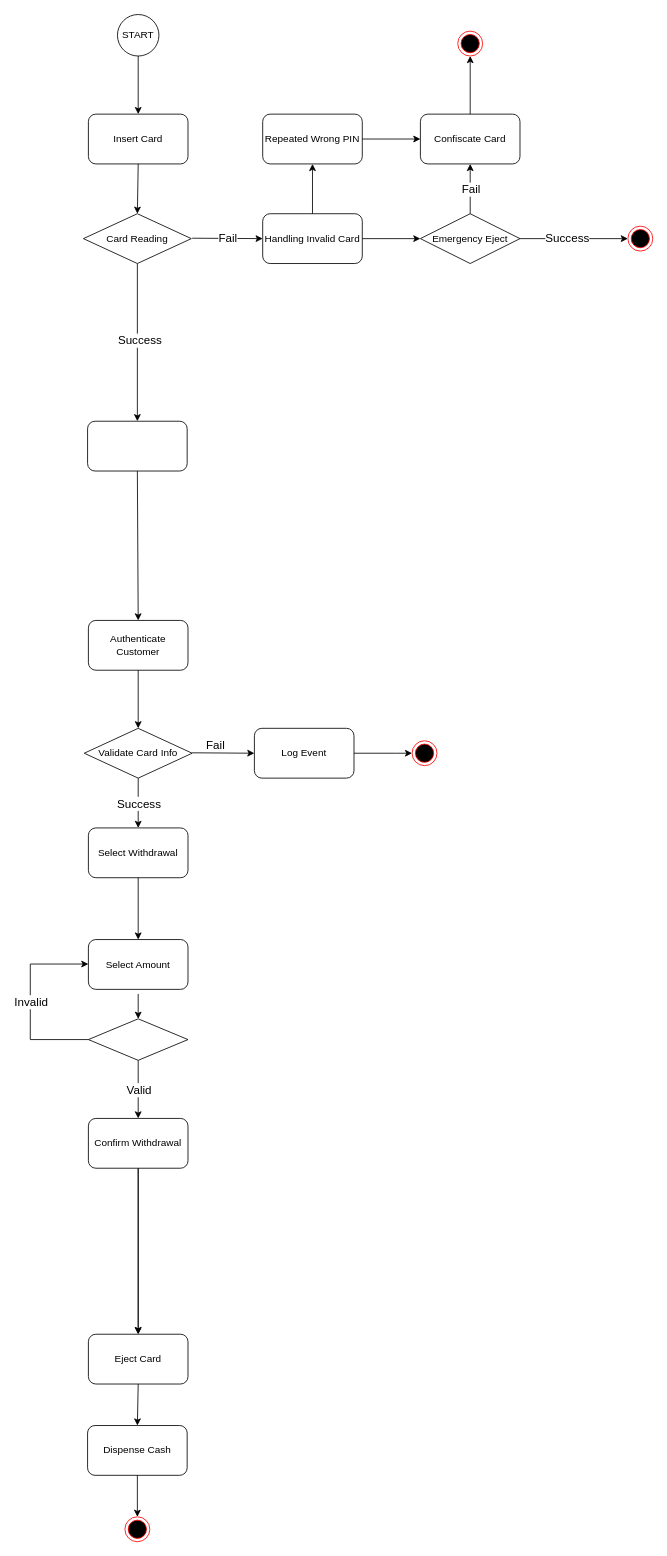
Before: atmdio.drawio in VMAkos/smartninja, a draw.io diagram. Source tidied: cells renumbered, new cells numbered last; positions are measured from the earlier drawing's top-left corner, leaving out a move shared by most shapes. Both pictures are drawn from the tidied source at 83%, with x=0, y=0 at pixel (30, 14).
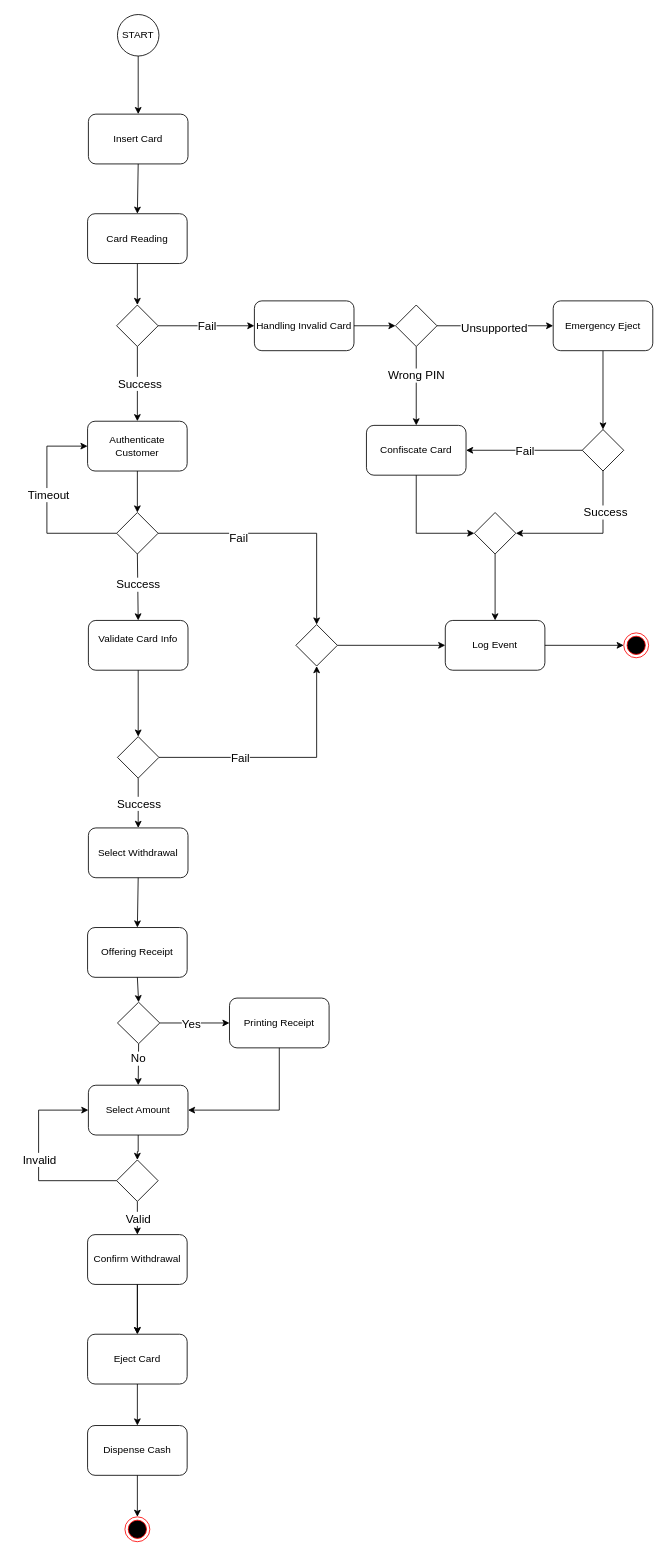
After the change.

The change refers to these unchanged cells:
```xml
<mxCell id="2" value="Insert Card" style="rounded=1;whiteSpace=wrap;html=1;" parent="1" vertex="1">
  <mxGeometry x="70" y="120" width="120" height="60" as="geometry" />
</mxCell>
<mxCell id="4" value="Select Withdrawal" style="rounded=1;whiteSpace=wrap;html=1;" parent="1" vertex="1">
  <mxGeometry x="70" y="980" width="120" height="60" as="geometry" />
</mxCell>
```

What changed in the source:
```diff
@@
-    <mxCell id="3" value="Authenticate Customer" style="rounded=1;whiteSpace=wrap;html=1;" parent="1" vertex="1">
+    <mxCell id="3" value="&#10;Validate Card Info&#10;&#10;" style="rounded=1;whiteSpace=wrap;html=1;arcSize=15;" parent="1" vertex="1">
       <mxGeometry x="70" y="730" width="120" height="60" as="geometry" />
     </mxCell>
@@
+    <mxCell id="55" style="edgeStyle=orthogonalEdgeStyle;rounded=0;jettySize=auto;html=1;" parent="1" edge="1" source="5" target="78">
+      <mxGeometry relative="1" as="geometry" />
+    </mxCell>
     <mxCell id="5" value="Select Amount" style="rounded=1;whiteSpace=wrap;html=1;" parent="1" vertex="1">
-      <mxGeometry x="70" y="1114.5" width="120" height="60" as="geometry" />
+      <mxGeometry x="70" y="1290" width="120" height="60" as="geometry" />
     </mxCell>
@@
     <mxCell id="7" value="Confirm Withdrawal" style="rounded=1;whiteSpace=wrap;html=1;" parent="1" vertex="1">
-      <mxGeometry x="70" y="1330" width="120" height="60" as="geometry" />
+      <mxGeometry x="69" y="1470" width="120" height="60" as="geometry" />
     </mxCell>
     <mxCell id="8" value="Eject Card" style="rounded=1;whiteSpace=wrap;html=1;" parent="1" vertex="1">
-      <mxGeometry x="70" y="1590" width="120" height="60" as="geometry" />
+      <mxGeometry x="69" y="1590" width="120" height="60" as="geometry" />
     </mxCell>
@@
-    <mxCell id="13" style="endArrow=classic;html=1;rounded=0;entryX=0.5;entryY=0;entryDx=0;entryDy=0;exitX=0.5;exitY=1;exitDx=0;exitDy=0;" parent="1" edge="1" source="54" target="3">
+    <mxCell id="13" style="endArrow=classic;html=1;rounded=0;entryX=0.5;entryY=0;entryDx=0;entryDy=0;exitX=0.5;exitY=1;exitDx=0;exitDy=0;" parent="1" edge="1" source="67" target="3">
       <mxGeometry relative="1" as="geometry" />
     </mxCell>
+    <mxCell id="56" value="&lt;font style=&quot;font-size: 14px;&quot;&gt;Success&lt;/font&gt;" style="edgeLabel;html=1;align=center;verticalAlign=middle;" parent="13" vertex="1">
+      <mxGeometry x="-0.08" relative="1" as="geometry" />
+    </mxCell>
-    <mxCell id="14" style="endArrow=classic;html=1;rounded=0;exitX=0.5;exitY=1;exitDx=0;exitDy=0;" parent="1" edge="1" source="3">
-      <mxGeometry relative="1" as="geometry">
-        <mxPoint x="130" y="860" as="targetPoint" />
-      </mxGeometry>
+    <mxCell id="14" style="endArrow=classic;html=1;rounded=0;exitX=0.5;exitY=1;exitDx=0;exitDy=0;entryX=0.5;entryY=0;entryDx=0;entryDy=0;" parent="1" edge="1" source="3" target="73">
+      <mxGeometry relative="1" as="geometry" />
     </mxCell>
-    <mxCell id="15" style="endArrow=classic;html=1;rounded=0;entryX=0.5;entryY=0;entryDx=0;entryDy=0;exitX=0.5;exitY=1;exitDx=0;exitDy=0;" parent="1" edge="1" source="4" target="5">
+    <mxCell id="15" style="endArrow=classic;html=1;rounded=0;entryX=0.5;entryY=0;entryDx=0;entryDy=0;exitX=0.5;exitY=1;exitDx=0;exitDy=0;" parent="1" edge="1" source="81" target="5">
       <mxGeometry relative="1" as="geometry" />
     </mxCell>
+    <mxCell id="57" value="&lt;font style=&quot;font-size: 14px;&quot;&gt;No&lt;/font&gt;" style="edgeLabel;html=1;align=center;verticalAlign=middle;" parent="15" vertex="1">
+      <mxGeometry x="-0.28" y="-1" relative="1" as="geometry" />
+    </mxCell>
-    <mxCell id="16" style="endArrow=classic;html=1;rounded=0;exitX=0.5;exitY=1;exitDx=0;exitDy=0;entryX=0.5;entryY=0;entryDx=0;entryDy=0;" parent="1" edge="1" source="36" target="54">
+    <mxCell id="16" style="endArrow=classic;html=1;rounded=0;entryX=0.5;entryY=0;entryDx=0;entryDy=0;exitX=0.5;exitY=1;exitDx=0;exitDy=0;" parent="1" edge="1" source="63" target="54">
       <mxGeometry relative="1" as="geometry" />
     </mxCell>
@@
-    <mxCell id="19" value="Validate Card Info" style="rhombus;whiteSpace=wrap;html=1;" parent="1" vertex="1">
-      <mxGeometry x="65" y="860" width="130" height="60" as="geometry" />
-    </mxCell>
@@
-    <mxCell id="22" style="endArrow=classic;html=1;rounded=0;" parent="1" edge="1">
+    <mxCell id="22" style="endArrow=classic;html=1;rounded=0;entryX=0.5;entryY=1;entryDx=0;entryDy=0;exitX=1;exitY=0.5;exitDx=0;exitDy=0;" parent="1" edge="1" source="73" target="75">
       <mxGeometry relative="1" as="geometry">
-        <mxPoint x="195" y="889.5" as="sourcePoint" />
-        <mxPoint x="270" y="890" as="targetPoint" />
+        <Array as="points">
+          <mxPoint x="345" y="895" />
+        </Array>
       </mxGeometry>
     </mxCell>
     <mxCell id="23" value="&lt;font style=&quot;font-size: 14px;&quot;&gt;Fail&lt;/font&gt;" style="edgeLabel;html=1;align=center;verticalAlign=middle;" parent="22" vertex="1">
       <mxGeometry relative="1" as="geometry">
-        <mxPoint x="-10" y="-10" as="offset" />
+        <mxPoint x="-53" as="offset" />
       </mxGeometry>
     </mxCell>
-    <mxCell id="24" style="endArrow=classic;html=1;rounded=0;entryX=0.5;entryY=0;entryDx=0;entryDy=0;exitX=0.5;exitY=1;exitDx=0;exitDy=0;" parent="1" edge="1" source="19" target="4">
-      <mxGeometry relative="1" as="geometry" />
+    <mxCell id="24" style="endArrow=classic;html=1;rounded=0;entryX=0.5;entryY=0;entryDx=0;entryDy=0;exitX=0.5;exitY=1;exitDx=0;exitDy=0;" parent="1" edge="1" target="4">
+      <mxGeometry relative="1" as="geometry">
+        <mxPoint x="130" y="920" as="sourcePoint" />
+      </mxGeometry>
     </mxCell>
@@
     <mxCell id="26" value="Log Event" style="rounded=1;whiteSpace=wrap;html=1;" parent="1" vertex="1">
-      <mxGeometry x="270" y="860" width="120" height="60" as="geometry" />
+      <mxGeometry x="500" y="730" width="120" height="60" as="geometry" />
     </mxCell>
-    <mxCell id="27" style="endArrow=classic;html=1;rounded=0;exitX=1;exitY=0.5;exitDx=0;exitDy=0;" parent="1" edge="1" source="26">
-      <mxGeometry relative="1" as="geometry">
-        <mxPoint x="460" y="890" as="targetPoint" />
-        <Array as="points">
-          <mxPoint x="440" y="890" />
-        </Array>
-      </mxGeometry>
-    </mxCell>
     <mxCell id="28" style="ellipse;html=1;shape=endState;fillColor=#000000;strokeColor=#ff0000;" parent="1" vertex="1">
-      <mxGeometry x="460" y="875" width="30" height="30" as="geometry" />
+      <mxGeometry x="715" y="745" width="30" height="30" as="geometry" />
     </mxCell>
-    <mxCell id="29" style="rhombus;whiteSpace=wrap;html=1;" parent="1" vertex="1">
-      <mxGeometry x="70" y="1210" width="120" height="50" as="geometry" />
-    </mxCell>
-    <mxCell id="30" style="endArrow=classic;html=1;rounded=0;exitX=0;exitY=0.5;exitDx=0;exitDy=0;" parent="1" edge="1" source="29">
+    <mxCell id="30" style="endArrow=classic;html=1;rounded=0;exitX=0;exitY=0.5;exitDx=0;exitDy=0;entryX=0;entryY=0.5;entryDx=0;entryDy=0;" parent="1" edge="1" source="78" target="5">
       <mxGeometry relative="1" as="geometry">
-        <mxPoint x="70" y="1144" as="targetPoint" />
         <Array as="points">
-          <mxPoint y="1235" />
-          <mxPoint y="1144" />
+          <mxPoint x="10" y="1405" />
+          <mxPoint x="10" y="1320" />
         </Array>
       </mxGeometry>
     </mxCell>
@@
-    <mxCell id="32" style="endArrow=classic;html=1;rounded=0;entryX=0.5;entryY=0;entryDx=0;entryDy=0;" parent="1" edge="1" target="29">
-      <mxGeometry relative="1" as="geometry">
-        <mxPoint x="130" y="1180" as="sourcePoint" />
-      </mxGeometry>
-    </mxCell>
-    <mxCell id="33" style="endArrow=classic;html=1;rounded=0;exitX=0.5;exitY=1;exitDx=0;exitDy=0;entryX=0.5;entryY=0;entryDx=0;entryDy=0;" parent="1" edge="1" source="29" target="7">
+    <mxCell id="33" style="endArrow=classic;html=1;rounded=0;exitX=0.5;exitY=1;exitDx=0;exitDy=0;entryX=0.5;entryY=0;entryDx=0;entryDy=0;" parent="1" edge="1" source="78" target="7">
       <mxGeometry relative="1" as="geometry" />
     </mxCell>
@@
-    <mxCell id="35" style="endArrow=classic;html=1;rounded=0;entryX=0.5;entryY=0;entryDx=0;entryDy=0;exitX=0.5;exitY=1;exitDx=0;exitDy=0;" parent="1" edge="1" source="2" target="36">
-      <mxGeometry relative="1" as="geometry" />
+    <mxCell id="35" style="endArrow=classic;html=1;rounded=0;entryX=0.5;entryY=0;entryDx=0;entryDy=0;exitX=0.5;exitY=1;exitDx=0;exitDy=0;" parent="1" edge="1" source="2">
+      <mxGeometry relative="1" as="geometry">
+        <mxPoint x="129" y="240" as="targetPoint" />
+      </mxGeometry>
     </mxCell>
-    <mxCell id="36" value="Card Reading" style="rhombus;whiteSpace=wrap;html=1;" parent="1" vertex="1">
-      <mxGeometry x="64" y="240" width="130" height="60" as="geometry" />
-    </mxCell>
-    <mxCell id="37" style="endArrow=classic;html=1;rounded=0;" parent="1" edge="1">
-      <mxGeometry relative="1" as="geometry">
-        <mxPoint x="195" y="269.5" as="sourcePoint" />
-        <mxPoint x="280" y="270" as="targetPoint" />
-      </mxGeometry>
+    <mxCell id="37" style="endArrow=classic;html=1;rounded=0;exitX=1;exitY=0.5;exitDx=0;exitDy=0;entryX=0;entryY=0.5;entryDx=0;entryDy=0;" parent="1" edge="1" source="63" target="49">
+      <mxGeometry relative="1" as="geometry" />
     </mxCell>
@@
-    <mxCell id="40" style="endArrow=classic;html=1;rounded=0;exitX=1;exitY=0.5;exitDx=0;exitDy=0;entryX=0;entryY=0.5;entryDx=0;entryDy=0;" parent="1" edge="1" source="43" target="42">
-      <mxGeometry relative="1" as="geometry" />
+    <mxCell id="40" style="endArrow=classic;html=1;rounded=0;exitX=0.5;exitY=0;exitDx=0;exitDy=0;entryX=1;entryY=0.5;entryDx=0;entryDy=0;" parent="1" edge="1" source="65" target="77">
+      <mxGeometry relative="1" as="geometry">
+        <Array as="points">
+          <mxPoint x="690" y="625" />
+        </Array>
+      </mxGeometry>
     </mxCell>
@@
-    <mxCell id="42" style="ellipse;html=1;shape=endState;fillColor=#000000;strokeColor=#ff0000;" parent="1" vertex="1">
-      <mxGeometry x="720" y="255" width="30" height="30" as="geometry" />
-    </mxCell>
-    <mxCell id="43" value="Emergency Eject" style="rhombus;whiteSpace=wrap;html=1;" parent="1" vertex="1">
-      <mxGeometry x="470" y="240" width="120" height="60" as="geometry" />
-    </mxCell>
-    <mxCell id="44" style="endArrow=classic;html=1;rounded=0;exitX=0.5;exitY=0;exitDx=0;exitDy=0;entryX=0.5;entryY=1;entryDx=0;entryDy=0;" parent="1" edge="1" source="43" target="47">
+    <mxCell id="44" style="endArrow=classic;html=1;rounded=0;entryX=1;entryY=0.5;entryDx=0;entryDy=0;exitX=0;exitY=0.5;exitDx=0;exitDy=0;" parent="1" edge="1" source="65" target="47">
       <mxGeometry relative="1" as="geometry" />
     </mxCell>
@@
-    <mxCell id="46" style="ellipse;html=1;shape=endState;fillColor=#000000;strokeColor=#ff0000;" parent="1" vertex="1">
-      <mxGeometry x="515" y="20" width="30" height="30" as="geometry" />
-    </mxCell>
     <mxCell id="47" value="Confiscate Card" style="rounded=1;whiteSpace=wrap;html=1;" parent="1" vertex="1">
-      <mxGeometry x="470" y="120" width="120" height="60" as="geometry" />
+      <mxGeometry x="405" y="495" width="120" height="60" as="geometry" />
     </mxCell>
-    <mxCell id="48" style="endArrow=classic;html=1;rounded=0;exitX=0.5;exitY=0;exitDx=0;exitDy=0;entryX=0.5;entryY=1;entryDx=0;entryDy=0;" parent="1" edge="1" source="47" target="46">
-      <mxGeometry relative="1" as="geometry" />
+    <mxCell id="48" style="endArrow=classic;html=1;rounded=0;exitX=0.5;exitY=1;exitDx=0;exitDy=0;entryX=0;entryY=0.5;entryDx=0;entryDy=0;" parent="1" edge="1" source="47" target="77">
+      <mxGeometry relative="1" as="geometry">
+        <Array as="points">
+          <mxPoint x="465" y="625" />
+        </Array>
+      </mxGeometry>
     </mxCell>
+    <mxCell id="58" style="edgeStyle=orthogonalEdgeStyle;rounded=0;jettySize=auto;html=1;" parent="1" edge="1" source="49" target="66">
+      <mxGeometry relative="1" as="geometry" />
+    </mxCell>
     <mxCell id="49" value="Handling Invalid Card" style="rounded=1;whiteSpace=wrap;html=1;" parent="1" vertex="1">
-      <mxGeometry x="280" y="240" width="120" height="60" as="geometry" />
+      <mxGeometry x="270" y="345" width="120" height="60" as="geometry" />
     </mxCell>
-    <mxCell id="50" style="endArrow=classic;html=1;rounded=0;exitX=1;exitY=0.5;exitDx=0;exitDy=0;" parent="1" edge="1" source="49" target="43">
+    <mxCell id="50" style="endArrow=classic;html=1;rounded=0;exitX=1;exitY=0.5;exitDx=0;exitDy=0;entryX=0;entryY=0.5;entryDx=0;entryDy=0;" parent="1" edge="1" source="66" target="43">
       <mxGeometry relative="1" as="geometry" />
     </mxCell>
-    <mxCell id="51" value="Repeated Wrong PIN" style="rounded=1;whiteSpace=wrap;html=1;" parent="1" vertex="1">
-      <mxGeometry x="280" y="120" width="120" height="60" as="geometry" />
-    </mxCell>
-    <mxCell id="52" style="endArrow=classic;html=1;rounded=0;entryX=0;entryY=0.5;entryDx=0;entryDy=0;exitX=1;exitY=0.5;exitDx=0;exitDy=0;" parent="1" edge="1" source="51" target="47">
-      <mxGeometry relative="1" as="geometry" />
-    </mxCell>
+    <mxCell id="59" value="&lt;font style=&quot;font-size: 14px;&quot;&gt;Unsupported&lt;/font&gt;" style="edgeLabel;html=1;align=center;verticalAlign=middle;" parent="50" vertex="1">
+      <mxGeometry x="-0.03" y="-2" relative="1" as="geometry" />
+    </mxCell>
-    <mxCell id="53" style="endArrow=classic;html=1;rounded=0;entryX=0.5;entryY=1;entryDx=0;entryDy=0;" parent="1" edge="1" source="49" target="51">
+    <mxCell id="53" style="endArrow=classic;html=1;rounded=0;exitX=0.5;exitY=1;exitDx=0;exitDy=0;" parent="1" edge="1" source="66" target="47">
       <mxGeometry relative="1" as="geometry" />
     </mxCell>
+    <mxCell id="60" value="&lt;font style=&quot;font-size: 14px;&quot;&gt;Wrong PIN&lt;/font&gt;" style="edgeLabel;html=1;align=center;verticalAlign=middle;" parent="53" vertex="1">
+      <mxGeometry x="-0.29" y="-1" relative="1" as="geometry" />
+    </mxCell>
+    <mxCell id="61" style="edgeStyle=orthogonalEdgeStyle;rounded=0;jettySize=auto;html=1;" parent="1" edge="1" source="54" target="67">
+      <mxGeometry relative="1" as="geometry" />
+    </mxCell>
-    <mxCell id="54" style="rounded=1;whiteSpace=wrap;html=1;" parent="1" vertex="1">
+    <mxCell id="54" value="Authenticate Customer" style="rounded=1;whiteSpace=wrap;html=1;" parent="1" vertex="1">
       <mxGeometry x="69" y="490" width="120" height="60" as="geometry" />
     </mxCell>
+    <mxCell id="62" style="edgeStyle=orthogonalEdgeStyle;rounded=0;jettySize=auto;html=1;" parent="1" edge="1" source="36" target="63">
+      <mxGeometry relative="1" as="geometry" />
+    </mxCell>
+    <mxCell id="36" value="Card Reading" style="rounded=1;whiteSpace=wrap;html=1;" parent="1" vertex="1">
+      <mxGeometry x="69" y="240" width="120" height="60" as="geometry" />
+    </mxCell>
+    <mxCell id="63" style="rhombus;whiteSpace=wrap;html=1;" parent="1" vertex="1">
+      <mxGeometry x="104" y="350" width="50" height="50" as="geometry" />
+    </mxCell>
+    <mxCell id="64" style="edgeStyle=orthogonalEdgeStyle;rounded=0;jettySize=auto;html=1;" parent="1" edge="1" source="43" target="65">
+      <mxGeometry relative="1" as="geometry" />
+    </mxCell>
+    <mxCell id="43" value="Emergency Eject" style="rounded=1;whiteSpace=wrap;html=1;" parent="1" vertex="1">
+      <mxGeometry x="630" y="345" width="120" height="60" as="geometry" />
+    </mxCell>
+    <mxCell id="65" style="rhombus;whiteSpace=wrap;html=1;" parent="1" vertex="1">
+      <mxGeometry x="665" y="500" width="50" height="50" as="geometry" />
+    </mxCell>
+    <mxCell id="66" style="rhombus;whiteSpace=wrap;html=1;" parent="1" vertex="1">
+      <mxGeometry x="440" y="350" width="50" height="50" as="geometry" />
+    </mxCell>
+    <mxCell id="67" style="rhombus;whiteSpace=wrap;html=1;" parent="1" vertex="1">
+      <mxGeometry x="104" y="600" width="50" height="50" as="geometry" />
+    </mxCell>
+    <mxCell id="68" style="endArrow=classic;html=1;rounded=0;entryX=0;entryY=0.5;entryDx=0;entryDy=0;exitX=0;exitY=0.5;exitDx=0;exitDy=0;" parent="1" edge="1" source="67" target="54">
+      <mxGeometry relative="1" as="geometry">
+        <Array as="points">
+          <mxPoint x="20" y="625" />
+          <mxPoint x="20" y="520" />
+        </Array>
+      </mxGeometry>
+    </mxCell>
+    <mxCell id="69" value="&lt;font style=&quot;font-size: 14px;&quot;&gt;Timeout&lt;/font&gt;" style="edgeLabel;html=1;align=center;verticalAlign=middle;" parent="68" vertex="1">
+      <mxGeometry x="0.1" y="-1" relative="1" as="geometry" />
+    </mxCell>
+    <mxCell id="70" style="endArrow=classic;html=1;rounded=0;entryX=0.5;entryY=0;entryDx=0;entryDy=0;exitX=1;exitY=0.5;exitDx=0;exitDy=0;" parent="1" edge="1" source="67" target="75">
+      <mxGeometry relative="1" as="geometry">
+        <Array as="points">
+          <mxPoint x="345" y="625" />
+        </Array>
+      </mxGeometry>
+    </mxCell>
+    <mxCell id="71" value="&lt;font style=&quot;font-size: 14px;&quot;&gt;Fail&lt;/font&gt;" style="edgeLabel;html=1;align=center;verticalAlign=middle;" parent="70" vertex="1">
+      <mxGeometry x="-0.3" y="-3" relative="1" as="geometry">
+        <mxPoint x="-9" y="2" as="offset" />
+      </mxGeometry>
+    </mxCell>
+    <mxCell id="72" style="endArrow=classic;html=1;rounded=0;entryX=0;entryY=0.5;entryDx=0;entryDy=0;exitX=1;exitY=0.5;exitDx=0;exitDy=0;" parent="1" edge="1" source="26" target="28">
+      <mxGeometry relative="1" as="geometry" />
+    </mxCell>
+    <mxCell id="73" style="rhombus;whiteSpace=wrap;html=1;" parent="1" vertex="1">
+      <mxGeometry x="105" y="870" width="50" height="50" as="geometry" />
+    </mxCell>
+    <mxCell id="74" style="edgeStyle=orthogonalEdgeStyle;rounded=0;jettySize=auto;html=1;" parent="1" edge="1" source="75" target="26">
+      <mxGeometry relative="1" as="geometry" />
+    </mxCell>
+    <mxCell id="75" style="rhombus;whiteSpace=wrap;html=1;" parent="1" vertex="1">
+      <mxGeometry x="320" y="735" width="50" height="50" as="geometry" />
+    </mxCell>
+    <mxCell id="76" style="edgeStyle=orthogonalEdgeStyle;rounded=0;jettySize=auto;html=1;" parent="1" edge="1" source="77" target="26">
+      <mxGeometry relative="1" as="geometry" />
+    </mxCell>
+    <mxCell id="77" style="rhombus;whiteSpace=wrap;html=1;" parent="1" vertex="1">
+      <mxGeometry x="535" y="600" width="50" height="50" as="geometry" />
+    </mxCell>
+    <mxCell id="78" style="rhombus;whiteSpace=wrap;html=1;" parent="1" vertex="1">
+      <mxGeometry x="104" y="1380" width="50" height="50" as="geometry" />
+    </mxCell>
+    <mxCell id="79" style="edgeStyle=orthogonalEdgeStyle;rounded=0;jettySize=auto;html=1;" parent="1" edge="1" source="81" target="85">
+      <mxGeometry relative="1" as="geometry" />
+    </mxCell>
+    <mxCell id="80" value="&lt;font style=&quot;font-size: 14px;&quot;&gt;Yes&lt;/font&gt;" style="edgeLabel;html=1;align=center;verticalAlign=middle;" parent="79" vertex="1">
+      <mxGeometry x="-0.11" relative="1" as="geometry" />
+    </mxCell>
+    <mxCell id="81" style="rhombus;whiteSpace=wrap;html=1;" parent="1" vertex="1">
+      <mxGeometry x="105" y="1190" width="51" height="50" as="geometry" />
+    </mxCell>
+    <mxCell id="82" value="Offering Receipt" style="rounded=1;whiteSpace=wrap;html=1;" parent="1" vertex="1">
+      <mxGeometry x="69" y="1100" width="120" height="60" as="geometry" />
+    </mxCell>
+    <mxCell id="83" style="endArrow=classic;html=1;rounded=0;entryX=0.5;entryY=0;entryDx=0;entryDy=0;exitX=0.5;exitY=1;exitDx=0;exitDy=0;" parent="1" edge="1" source="82" target="81">
+      <mxGeometry relative="1" as="geometry" />
+    </mxCell>
+    <mxCell id="84" style="endArrow=classic;html=1;rounded=0;entryX=0.5;entryY=0;entryDx=0;entryDy=0;exitX=0.5;exitY=1;exitDx=0;exitDy=0;" parent="1" edge="1" source="4" target="82">
+      <mxGeometry relative="1" as="geometry" />
+    </mxCell>
+    <mxCell id="85" value="Printing Receipt" style="rounded=1;whiteSpace=wrap;html=1;" parent="1" vertex="1">
+      <mxGeometry x="240" y="1185" width="120" height="60" as="geometry" />
+    </mxCell>
+    <mxCell id="86" style="endArrow=classic;html=1;rounded=0;entryX=1;entryY=0.5;entryDx=0;entryDy=0;exitX=0.5;exitY=1;exitDx=0;exitDy=0;" parent="1" edge="1" source="85" target="5">
+      <mxGeometry relative="1" as="geometry">
+        <Array as="points">
+          <mxPoint x="300" y="1320" />
+        </Array>
+      </mxGeometry>
+    </mxCell>
```
